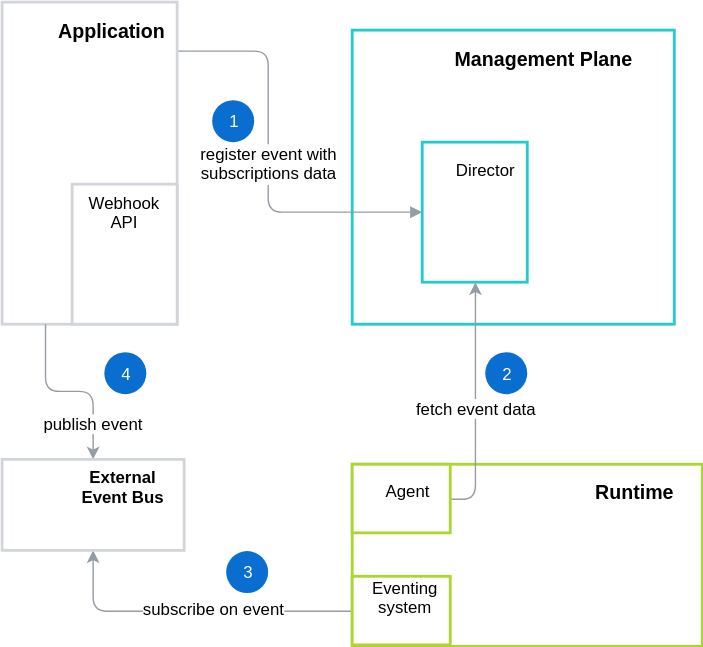
The draw.io diagram docs/architecture/assets/external-event-flow.svg in kyma-incubator/compass, before a commit. Source tidied: cells renumbered, new cells last; positions are measured from the earlier drawing's top-left corner, leaving out a move shared by most shapes.
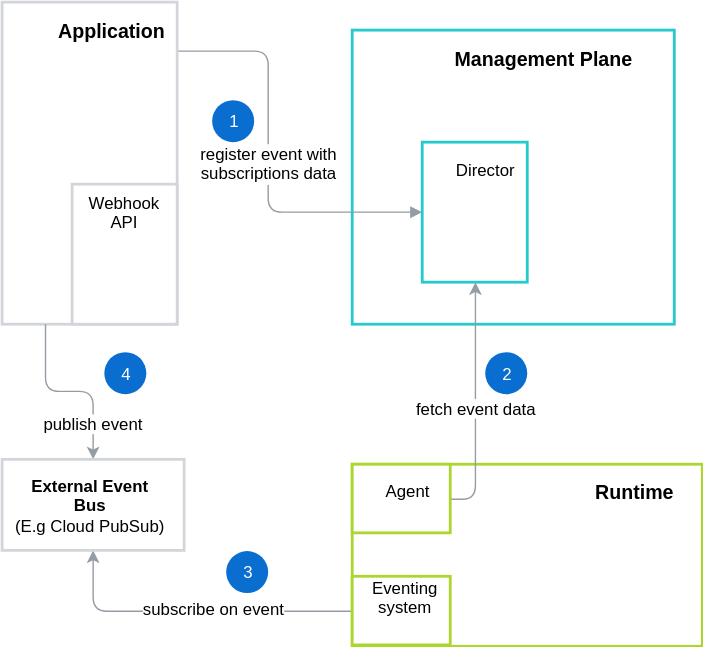
Later version of the same file.

Diff of the diagram source:
```diff
@@ -63,8 +63,8 @@
     <mxCell id="19" value="Eventing system&lt;br&gt;" style="text;html=1;strokeColor=none;fillColor=none;align=center;verticalAlign=middle;whiteSpace=wrap;rounded=0;fontSize=12;fontStyle=0;" parent="1" vertex="1">
       <mxGeometry x="267.5" y="414.5" width="40" height="20" as="geometry" />
     </mxCell>
-    <mxCell id="20" value="External Event Bus&lt;br&gt;&lt;br&gt;" style="text;html=1;strokeColor=none;fillColor=none;align=center;verticalAlign=middle;whiteSpace=wrap;rounded=0;fontStyle=1;" parent="1" vertex="1">
-      <mxGeometry x="53" y="339" width="67" height="28" as="geometry" />
+    <mxCell id="20" value="External Event Bus&lt;br&gt;&lt;span style=&quot;font-weight: normal&quot;&gt;(E.g Cloud PubSub)&lt;/span&gt;&lt;br&gt;" style="text;html=1;strokeColor=none;fillColor=none;align=center;verticalAlign=middle;whiteSpace=wrap;rounded=0;fontStyle=1;" parent="1" vertex="1">
+      <mxGeometry x="7.5" y="339" width="110" height="39" as="geometry" />
     </mxCell>
     <mxCell id="21" value="&lt;font style=&quot;font-size: 12px&quot;&gt;fetch event data&lt;/font&gt;&lt;br&gt;" style="edgeStyle=orthogonalEdgeStyle;rounded=1;jettySize=auto;html=1;exitX=1;exitY=0.5;exitDx=0;exitDy=0;strokeColor=#959CA4;" parent="1" edge="1" source="22" target="16">
       <mxGeometry x="-0.04" relative="1" as="geometry">
```
